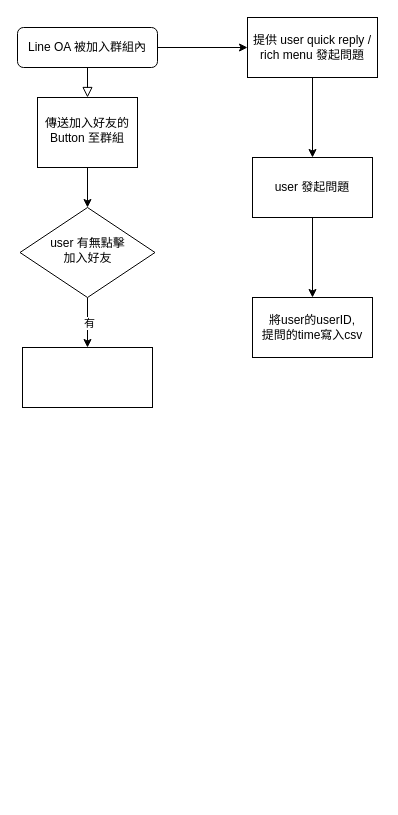
Earlier version of the draw.io diagram static/未命名绘图.drawio (JeterChan/line-bot-js). Source tidied: cells renumbered, new cells numbered last; positions are measured from the earlier drawing's top-left corner, leaving out a move shared by most shapes. Both pictures are drawn from the tidied source at 100%, with x=0, y=0 at pixel (17, 17).
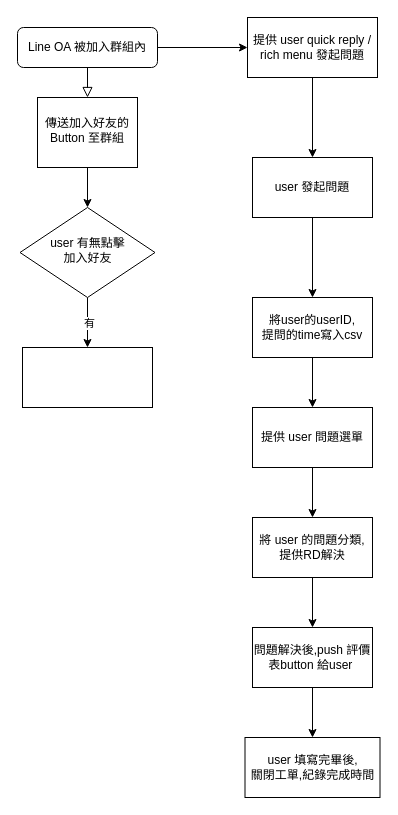
After the change.

Unchanged cells that the change refers to:
```xml
<mxCell id="15" value="將user的userID,&lt;br&gt;提問的time寫入csv" style="rounded=0;whiteSpace=wrap;html=1;glass=0;strokeWidth=1;shadow=0;" parent="1" vertex="1">
  <mxGeometry x="235" y="280" width="120" height="60" as="geometry" />
</mxCell>
```

Change to the diagram source:
```diff
@@
+    <mxCell id="16" style="edgeStyle=orthogonalEdgeStyle;rounded=0;jettySize=auto;html=1;" parent="1" edge="1" source="15" target="18">
+      <mxGeometry relative="1" as="geometry" />
+    </mxCell>
@@
+    <mxCell id="17" style="edgeStyle=orthogonalEdgeStyle;rounded=0;jettySize=auto;html=1;" parent="1" edge="1" source="18" target="20">
+      <mxGeometry relative="1" as="geometry" />
+    </mxCell>
+    <mxCell id="18" value="提供 user 問題選單" style="whiteSpace=wrap;html=1;rounded=0;glass=0;strokeWidth=1;shadow=0;" parent="1" vertex="1">
+      <mxGeometry x="235" y="390" width="120" height="60" as="geometry" />
+    </mxCell>
+    <mxCell id="19" style="edgeStyle=orthogonalEdgeStyle;rounded=0;jettySize=auto;html=1;" parent="1" edge="1" source="20" target="22">
+      <mxGeometry relative="1" as="geometry" />
+    </mxCell>
+    <mxCell id="20" value="將 user 的問題分類,&lt;br&gt;提供RD解決" style="rounded=0;whiteSpace=wrap;html=1;glass=0;strokeWidth=1;shadow=0;" parent="1" vertex="1">
+      <mxGeometry x="235" y="500" width="120" height="60" as="geometry" />
+    </mxCell>
+    <mxCell id="21" style="edgeStyle=orthogonalEdgeStyle;rounded=0;jettySize=auto;html=1;" parent="1" edge="1" source="22" target="23">
+      <mxGeometry relative="1" as="geometry" />
+    </mxCell>
+    <mxCell id="22" value="問題解決後,push 評價表button 給user&amp;nbsp;" style="rounded=0;whiteSpace=wrap;html=1;glass=0;strokeWidth=1;shadow=0;" parent="1" vertex="1">
+      <mxGeometry x="235" y="610" width="120" height="60" as="geometry" />
+    </mxCell>
+    <mxCell id="23" value="user 填寫完畢後,&lt;br&gt;關閉工單,紀錄完成時間" style="rounded=0;whiteSpace=wrap;html=1;glass=0;strokeWidth=1;shadow=0;" parent="1" vertex="1">
+      <mxGeometry x="227.5" y="720" width="135" height="60" as="geometry" />
+    </mxCell>
```
